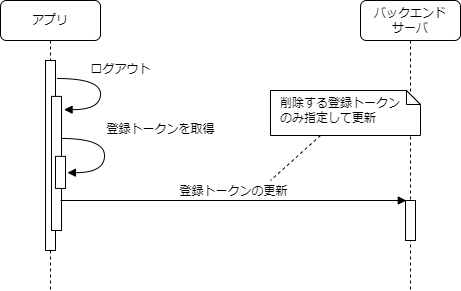
Above: website/docs/react-native/santoku/application-architecture/push-notification/remove-token.drawio.png in ws-4020/mobile-app-crib-notes (draw.io), before the change. Source tidied: cells renumbered, new cells last; positions are measured from the earlier drawing's top-left corner, leaving out a move shared by most shapes.
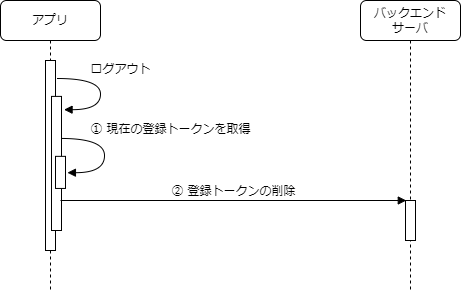
The same diagram one commit later.

The edit, as a diff of the source:
```diff
@@ -23,8 +23,8 @@
     <mxCell id="6" style="html=1;points=[];perimeter=orthogonalPerimeter;rounded=0;shadow=0;comic=0;labelBackgroundColor=none;strokeWidth=1;fontFamily=Verdana;fontSize=12;align=center;" parent="2" vertex="1">
       <mxGeometry x="55" y="155.8" width="10" height="32.1" as="geometry" />
     </mxCell>
-    <mxCell id="7" value="登録トークンを取得" style="html=1;verticalAlign=bottom;endArrow=block;labelBackgroundColor=none;fontFamily=Verdana;fontSize=12;elbow=vertical;edgeStyle=orthogonalEdgeStyle;curved=1;exitX=1.038;exitY=0.345;exitPerimeter=0;entryX=1.192;entryY=0.509;entryDx=0;entryDy=0;entryPerimeter=0;" parent="2" edge="1" target="6">
-      <mxGeometry x="-0.24" y="56" relative="1" as="geometry">
+    <mxCell id="7" value="① 現在の登録トークンを取得" style="html=1;verticalAlign=bottom;endArrow=block;labelBackgroundColor=none;fontFamily=Verdana;fontSize=12;elbow=vertical;edgeStyle=orthogonalEdgeStyle;curved=1;exitX=1.038;exitY=0.345;exitPerimeter=0;entryX=1.192;entryY=0.509;entryDx=0;entryDy=0;entryPerimeter=0;" parent="2" edge="1" target="6">
+      <mxGeometry x="-0.24" y="66" relative="1" as="geometry">
         <mxPoint x="60.4" y="137.9" as="sourcePoint" />
         <Array as="points">
           <mxPoint x="104" y="137.9" />
@@ -38,18 +38,10 @@
     <mxCell id="9" style="html=1;points=[];perimeter=orthogonalPerimeter;rounded=0;shadow=0;comic=0;labelBackgroundColor=none;strokeWidth=1;fontFamily=Verdana;fontSize=12;align=center;" parent="8" vertex="1">
       <mxGeometry x="45" y="200" width="10" height="40" as="geometry" />
     </mxCell>
-    <mxCell id="10" value="登録トークンの更新" style="html=1;verticalAlign=bottom;endArrow=block;labelBackgroundColor=none;fontFamily=Verdana;fontSize=12;edgeStyle=elbowEdgeStyle;elbow=vertical;entryX=0.079;entryY=0.002;entryDx=0;entryDy=0;entryPerimeter=0;" parent="1" edge="1" target="9">
+    <mxCell id="10" value="② 登録トークンの削除" style="html=1;verticalAlign=bottom;endArrow=block;labelBackgroundColor=none;fontFamily=Verdana;fontSize=12;edgeStyle=elbowEdgeStyle;elbow=vertical;entryX=0.079;entryY=0.002;entryDx=0;entryDy=0;entryPerimeter=0;" parent="1" edge="1" target="9">
       <mxGeometry relative="1" as="geometry">
         <mxPoint x="60" y="200" as="sourcePoint" />
       </mxGeometry>
     </mxCell>
-    <mxCell id="11" style="rounded=0;jettySize=auto;html=1;dashed=1;endArrow=none;endFill=0;" parent="1" edge="1" source="12">
-      <mxGeometry relative="1" as="geometry">
-        <mxPoint x="270" y="180" as="targetPoint" />
-      </mxGeometry>
-    </mxCell>
-    <mxCell id="12" value="削除する登録トークン&lt;br&gt;のみ指定して更新" style="shape=note;whiteSpace=wrap;html=1;size=14;verticalAlign=middle;align=left;spacingTop=-6;rounded=0;shadow=0;comic=0;labelBackgroundColor=none;strokeWidth=1;fontFamily=Verdana;fontSize=12;spacingLeft=8;" parent="1" vertex="1">
-      <mxGeometry x="270" y="90" width="150" height="45" as="geometry" />
-    </mxCell>
   </root>
 </mxGraphModel>
```
